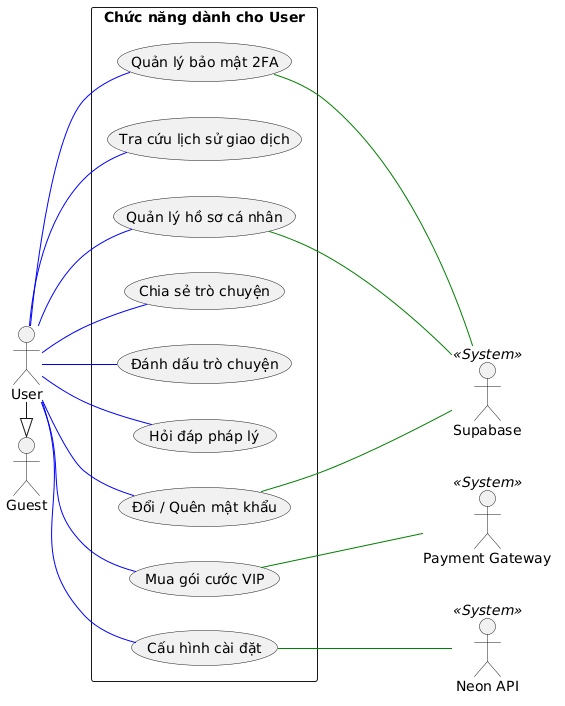
Earlier version of the PlantUML export temp/01-UseCase/UML-UseCase-User.png (20206205Tech/docs-uml).
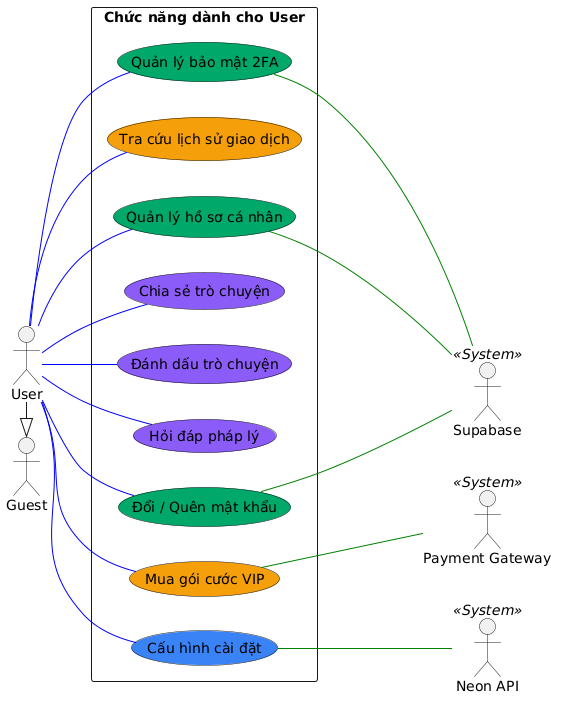
The same file after the commit.

Diff of the diagram source:
```diff
@@ -13,18 +13,18 @@
 User -|> Guest
 
 rectangle "Chức năng dành cho User" {
-  usecase "Quản lý bảo mật 2FA" as UC_MFA
-  usecase "Quản lý hồ sơ cá nhân" as UC_Profile
-  usecase "Đổi / Quên mật khẩu" as UC_Password
+  usecase "Quản lý bảo mật 2FA" as UC_MFA #00a86b
+  usecase "Quản lý hồ sơ cá nhân" as UC_Profile #00a86b
+  usecase "Đổi / Quên mật khẩu" as UC_Password #00a86b
 
-  usecase "Hỏi đáp pháp lý" as UC_Chat
-  usecase "Đánh dấu trò chuyện" as UC_Bookmark
-  usecase "Chia sẻ trò chuyện" as UC_Share
+  usecase "Hỏi đáp pháp lý" as UC_Chat #8b5cf6
+  usecase "Đánh dấu trò chuyện" as UC_Bookmark #8b5cf6
+  usecase "Chia sẻ trò chuyện" as UC_Share #8b5cf6
 
-  usecase "Mua gói cước VIP" as UC_PurchaseVIP
-  usecase "Tra cứu lịch sử giao dịch" as UC_TransactionHistory
+  usecase "Mua gói cước VIP" as UC_PurchaseVIP #f59e0b
+  usecase "Tra cứu lịch sử giao dịch" as UC_TransactionHistory #f59e0b
 
-  usecase "Cấu hình cài đặt" as UC_Settings
+  usecase "Cấu hình cài đặt" as UC_Settings #3b82f6
 }
 
 User -- UC_MFA #blue
```
